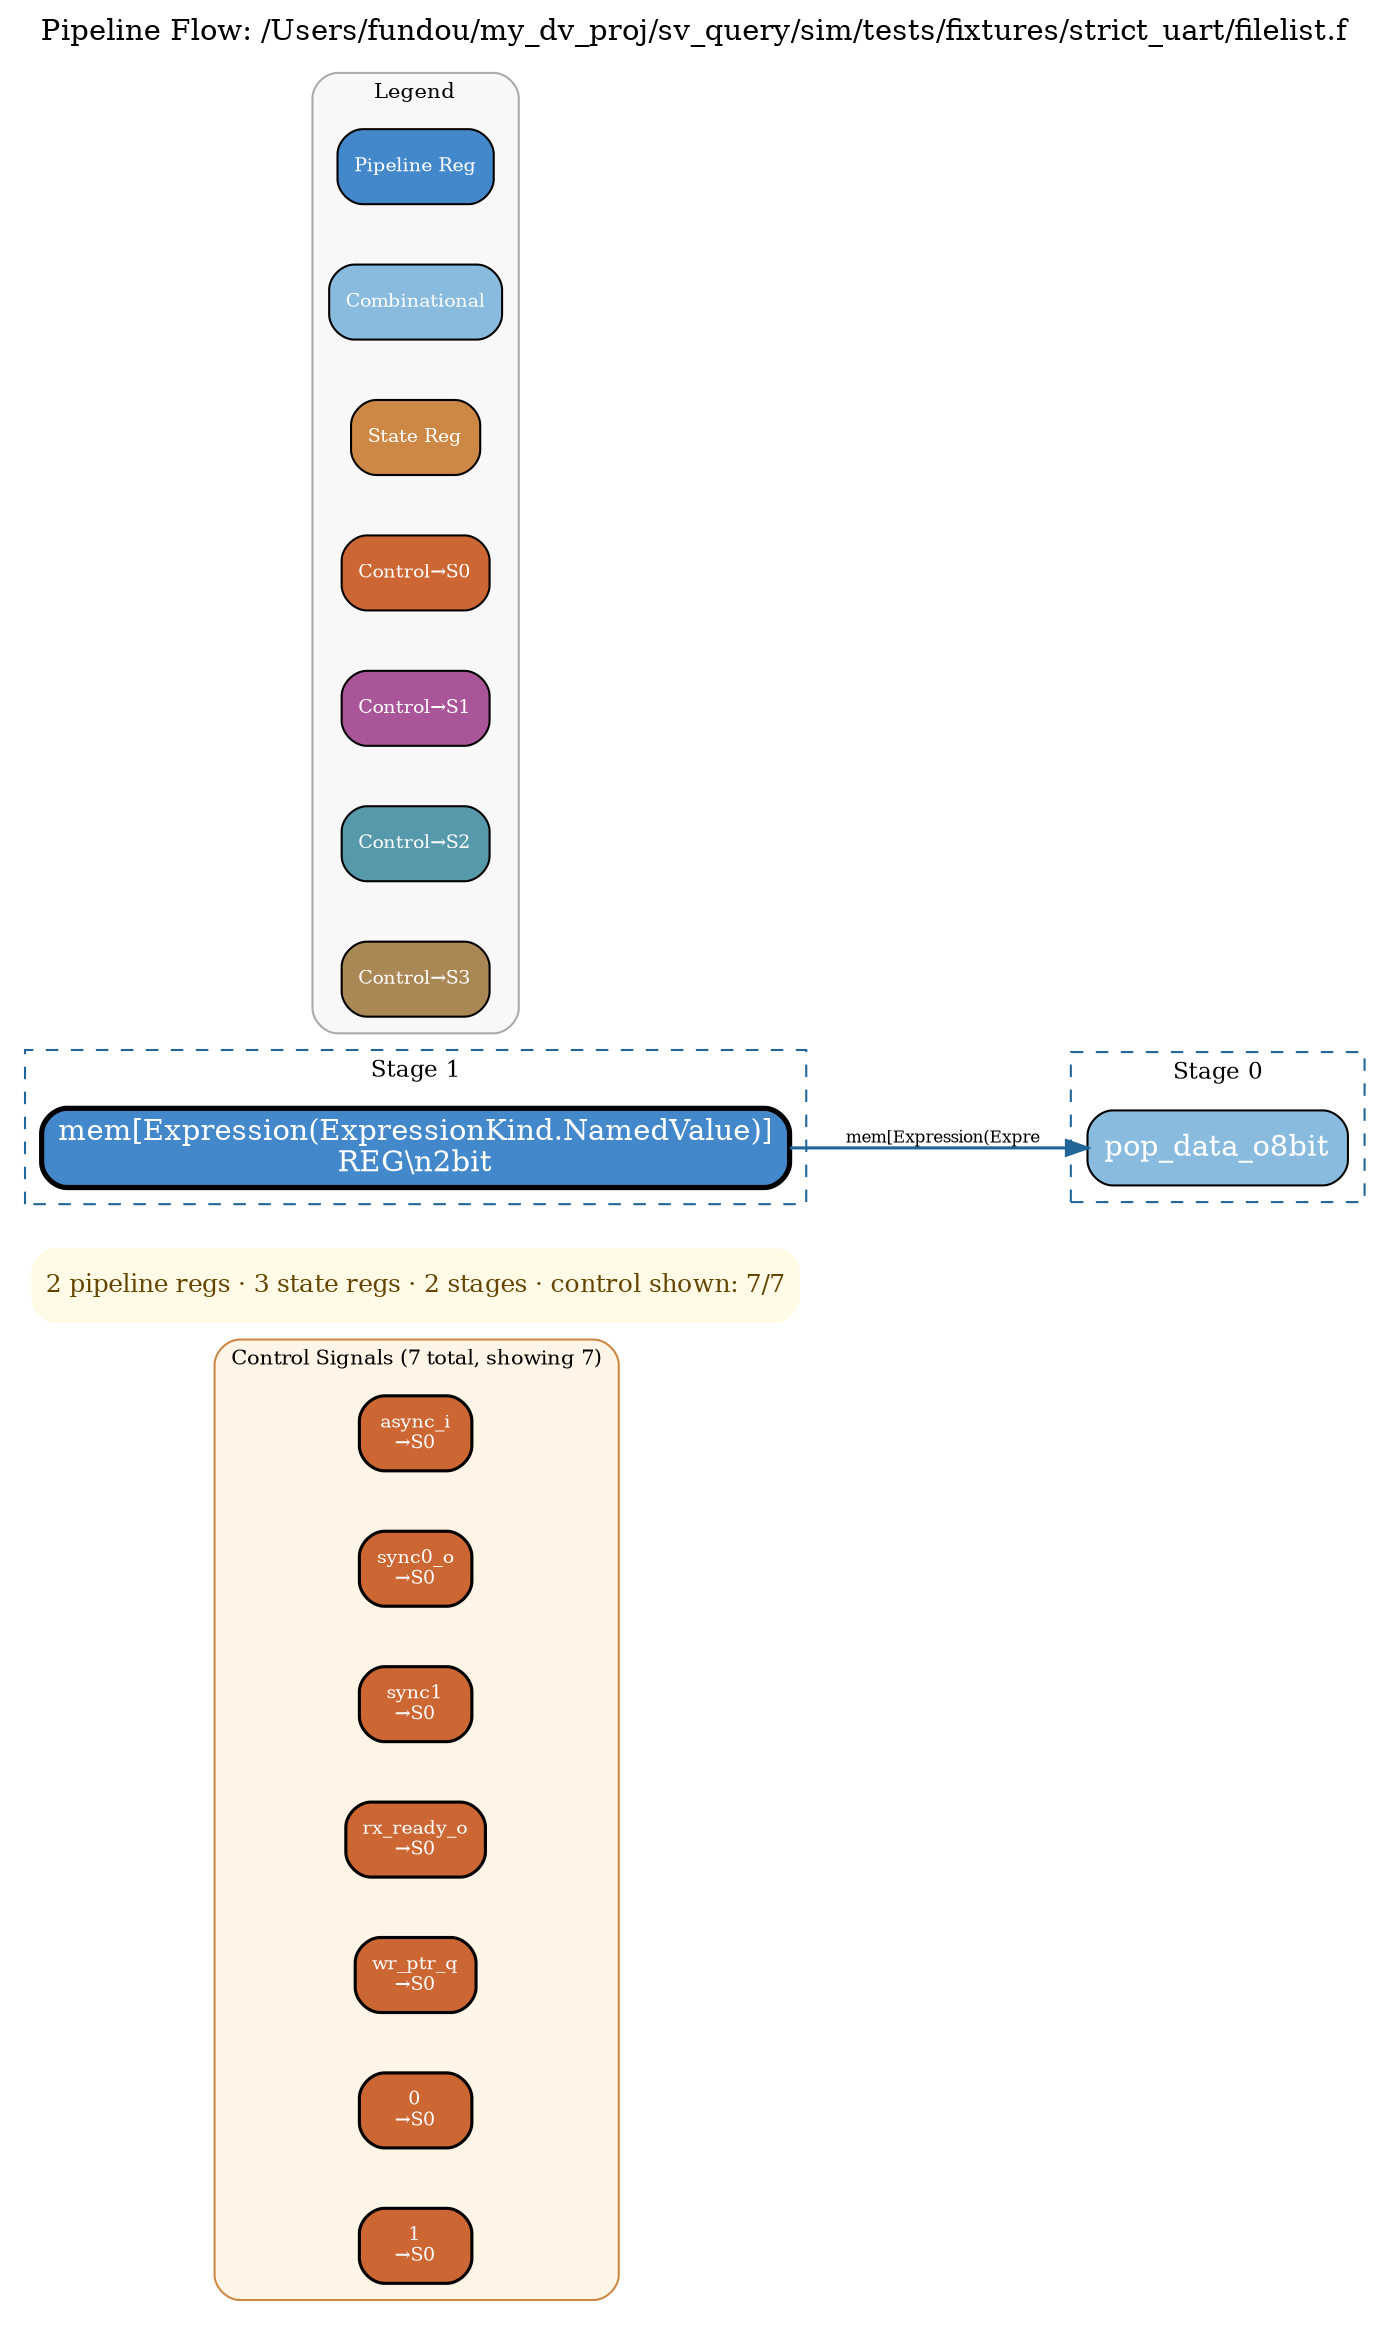
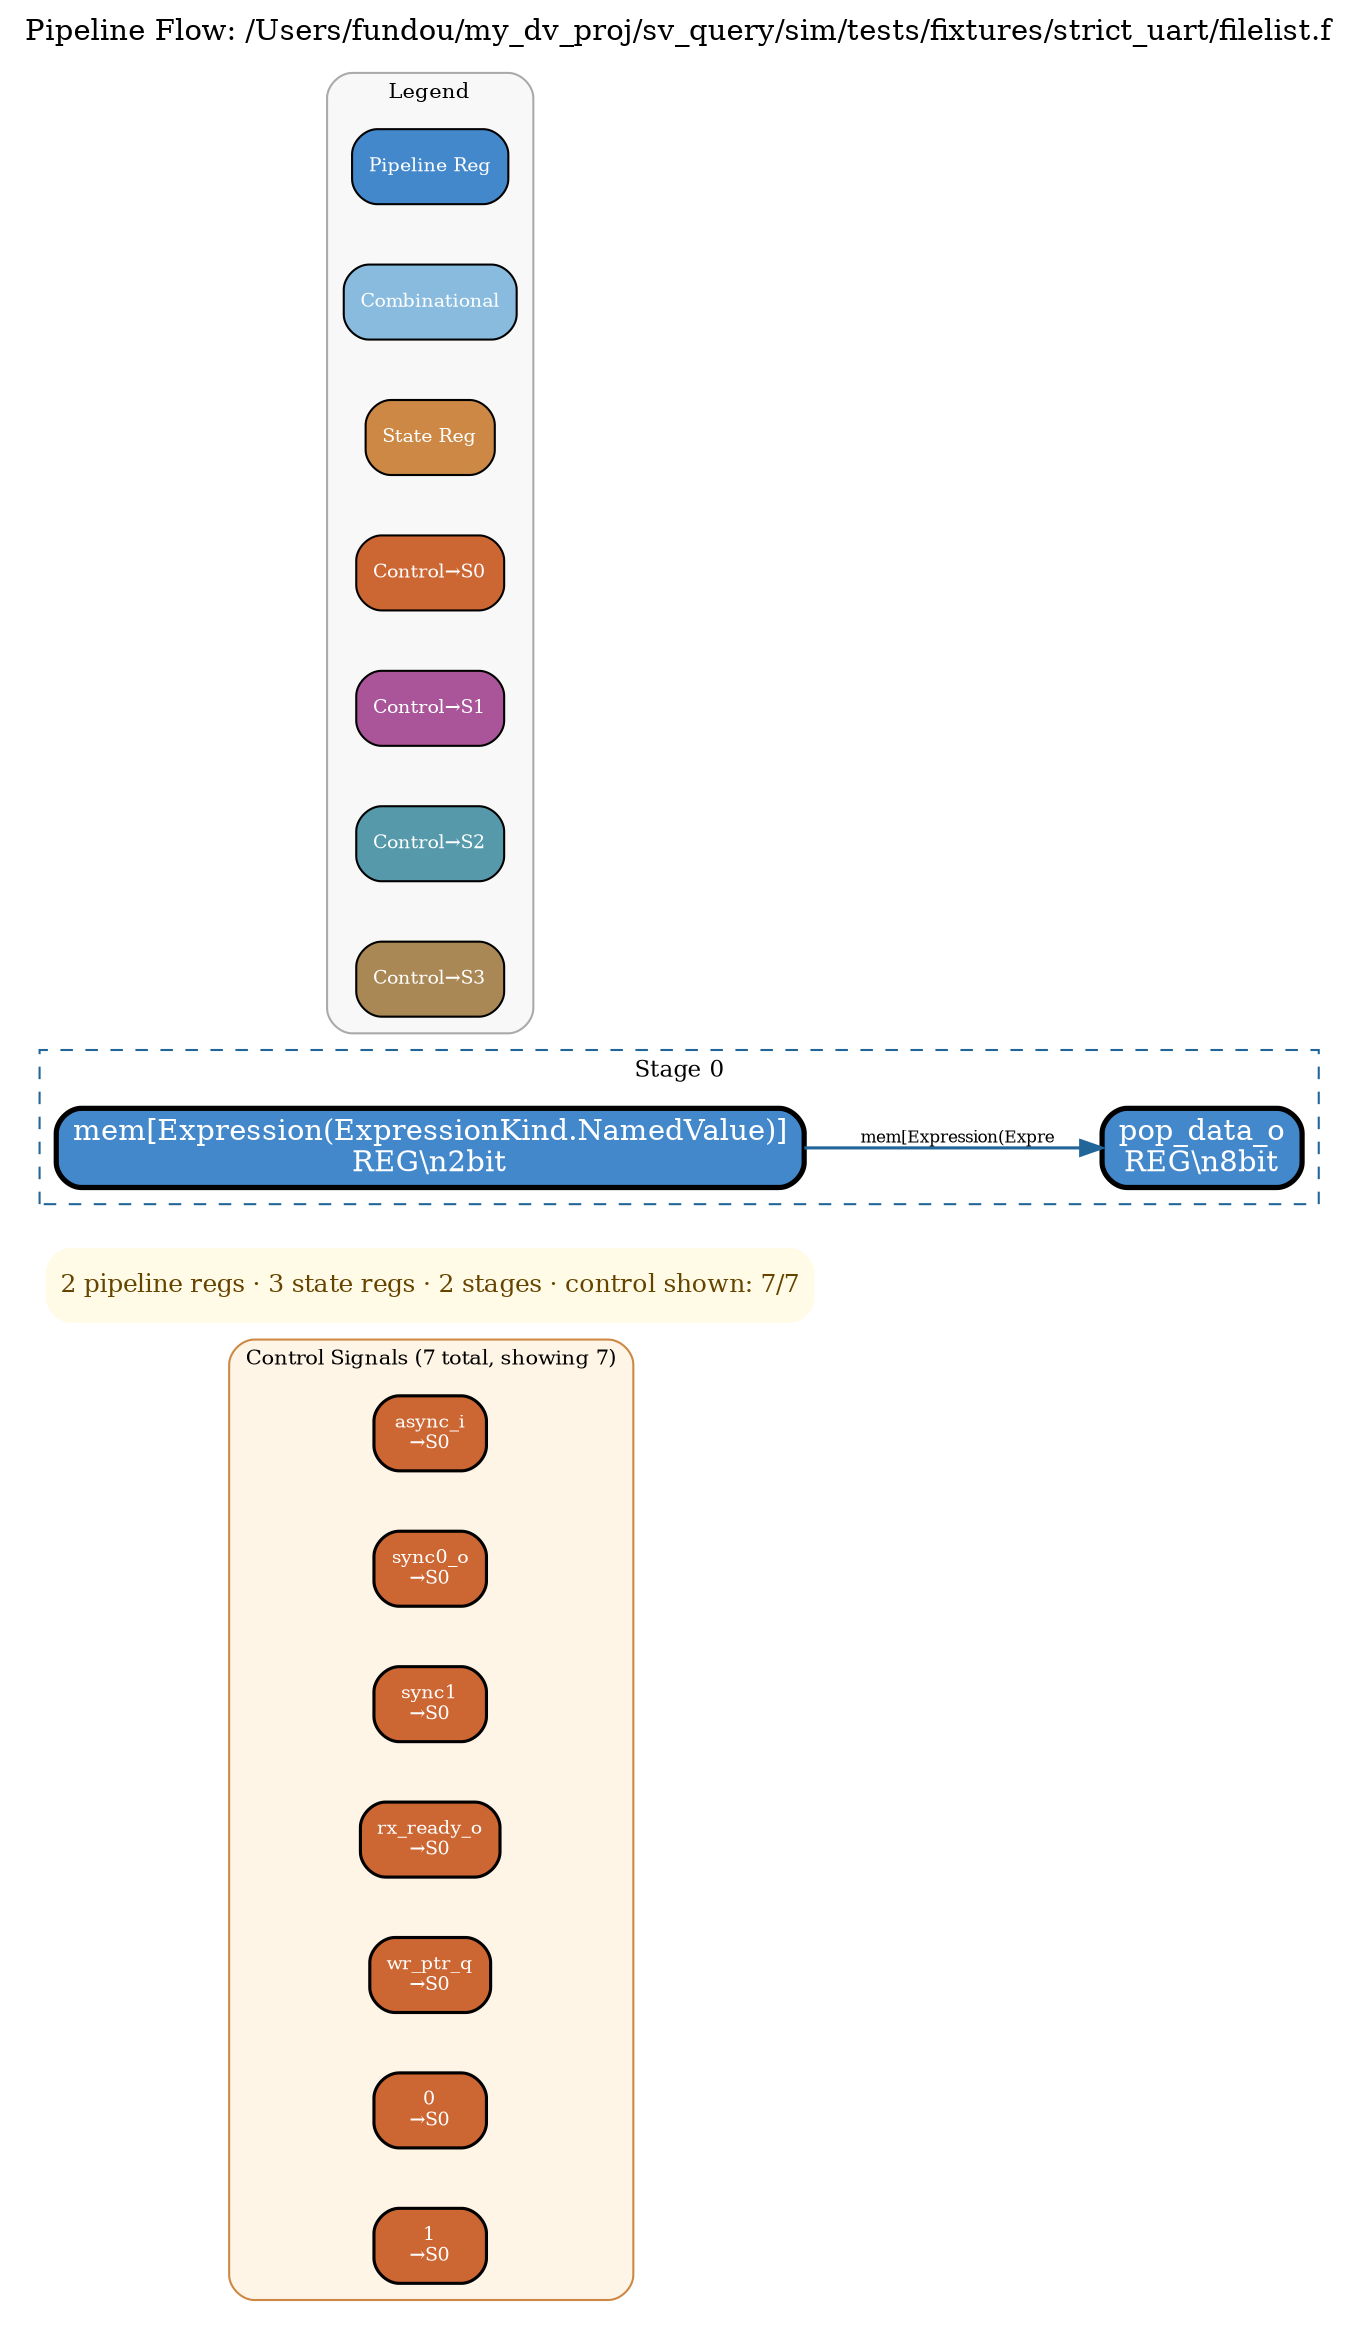
digraph pipeline {
  rankdir=LR;
  ranksep=0.6;
  nodesep=0.4;
  label="Pipeline Flow: /Users/fundou/my_dv_proj/sv_query/sim/tests/fixtures/strict_uart/filelist.f";
  labelloc=t;
  fontsize=14;
  splines=polyline;

  // 2 pipeline regs, 2 control regs
  // 3 state regs, 2 stages

  // === Control signals header row (top, color-coded by target stage) ===
  subgraph cluster_control_header {
    label="Control Signals (7 total, showing 7)";
    style="rounded,filled";
    fillcolor="#fff5e6";
    color="#cc8844";
    fontsize=10;
    rank=min;
    "synchronizer.async_i" [label="async_i\n→S0" shape=box style="rounded,filled" fillcolor="#cc6633" fontcolor="white" penwidth=1.5 fontsize=9];
    "synchronizer.sync0_o" [label="sync0_o\n→S0" shape=box style="rounded,filled" fillcolor="#cc6633" fontcolor="white" penwidth=1.5 fontsize=9];
    "synchronizer.sync1" [label="sync1\n→S0" shape=box style="rounded,filled" fillcolor="#cc6633" fontcolor="white" penwidth=1.5 fontsize=9];
    "uart_top.rx_ready_o" [label="rx_ready_o\n→S0" shape=box style="rounded,filled" fillcolor="#cc6633" fontcolor="white" penwidth=1.5 fontsize=9];
    "sync_fifo.wr_ptr_q" [label="wr_ptr_q\n→S0" shape=box style="rounded,filled" fillcolor="#cc6633" fontcolor="white" penwidth=1.5 fontsize=9];
    "0" [label="0\n→S0" shape=box style="rounded,filled" fillcolor="#cc6633" fontcolor="white" penwidth=1.5 fontsize=9];
    "1" [label="1\n→S0" shape=box style="rounded,filled" fillcolor="#cc6633" fontcolor="white" penwidth=1.5 fontsize=9];
  }

  // === TL;DR ===
  TLDR [shape=plaintext, label="2 pipeline regs · 3 state regs · 2 stages · control shown: 7/7",
        fontsize=12, fontcolor="#664400",
        fillcolor="#fffbe6", style="rounded,filled",
        margin=0.1];
  subgraph cluster_stage0 {
    label="Stage 0";
    style=dashed;
    color="#226699";
    fontsize=11;
-     "sync_fifo.pop_data_o" [label="pop_data_o\nREG\\n8bit" shape=box style="rounded,filled" fillcolor="#4488cc" fontcolor="white" penwidth=2.5];
+     "sync_fifo.mem[Expression(ExpressionKind.NamedValue)]" [label="mem[Expression(ExpressionKind.NamedValue)]\nREG\\n2bit" shape=box style="rounded,filled" fillcolor="#4488cc" fontcolor="white" penwidth=2.5];
+     "sync_fifo.pop_data_o" [label="pop_data_o\
+ 8bit" shape=box style="rounded,filled" fillcolor="#88bbdd" fontcolor="white" penwidth=1];
  }

  subgraph cluster_stage1 {
    label="Stage 1";
    style=dashed;
    color="#226699";
    fontsize=11;
-     "sync_fifo.mem[Expression(ExpressionKind.NamedValue)]" [label="mem[Expression(ExpressionKind.NamedValue)]\nREG\\n2bit" shape=box style="rounded,filled" fillcolor="#4488cc" fontcolor="white" penwidth=2.5];
-     "sync_fifo.pop_data_o" [label="pop_data_o\
- 8bit" shape=box style="rounded,filled" fillcolor="#88bbdd" fontcolor="white" penwidth=1];
+     "sync_fifo.pop_data_o" [label="pop_data_o\nREG\\n8bit" shape=box style="rounded,filled" fillcolor="#4488cc" fontcolor="white" penwidth=2.5];
  }

  // === Data edges (stage → stage) ===
  "sync_fifo.mem[Expression(ExpressionKind.NamedValue)]" -> "sync_fifo.pop_data_o" [color="#226699" penwidth=1.5 label="mem[Expression(Expre" fontsize=8];

  // === Control edges (dashed, color-matched to target stage) ===

  // === Legend ===
  subgraph cluster_legend {
    label="Legend";
    style="rounded,filled";
    fillcolor="#f8f8f8";
    color="#aaaaaa";
    fontsize=10;
    rank=sink;
    "legend_pipeline_0" [label="Pipeline Reg" shape=box,style="filled,rounded" fillcolor="#4488cc" fontcolor="white" fontsize=9];
    "legend_pipeline_1" [label="Combinational" shape=box,style="filled,rounded" fillcolor="#88bbdd" fontcolor="white" fontsize=9];
    "legend_pipeline_2" [label="State Reg" shape=box,style="filled,rounded" fillcolor="#cc8844" fontcolor="white" fontsize=9];
    "legend_pipeline_3" [label="Control→S0" shape=box,style="filled,rounded" fillcolor="#cc6633" fontcolor="white" fontsize=9];
    "legend_pipeline_4" [label="Control→S1" shape=box,style="filled,rounded" fillcolor="#aa5599" fontcolor="white" fontsize=9];
    "legend_pipeline_5" [label="Control→S2" shape=box,style="filled,rounded" fillcolor="#5599aa" fontcolor="white" fontsize=9];
    "legend_pipeline_6" [label="Control→S3" shape=box,style="filled,rounded" fillcolor="#aa8855" fontcolor="white" fontsize=9];
  }
}